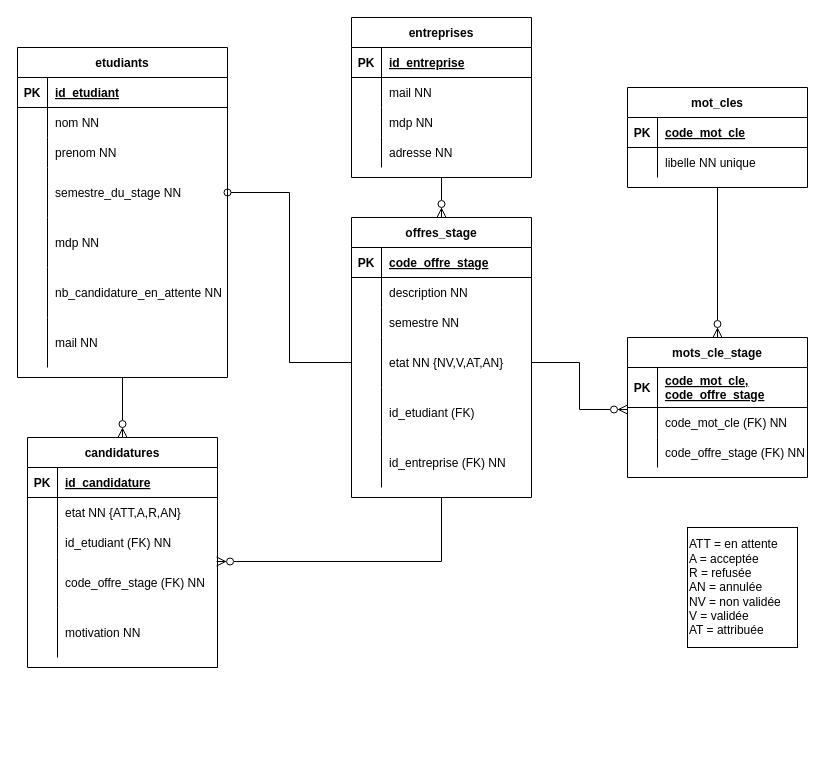
Earlier version of the draw.io diagram BD2_DSD.drawio (LucasLouies/BD2_Projet). Source tidied: cells renumbered, new cells numbered last; positions are measured from the earlier drawing's top-left corner, leaving out a move shared by most shapes. Both pictures are drawn from the tidied source at 100%, with x=0, y=0 at pixel (17, 17).
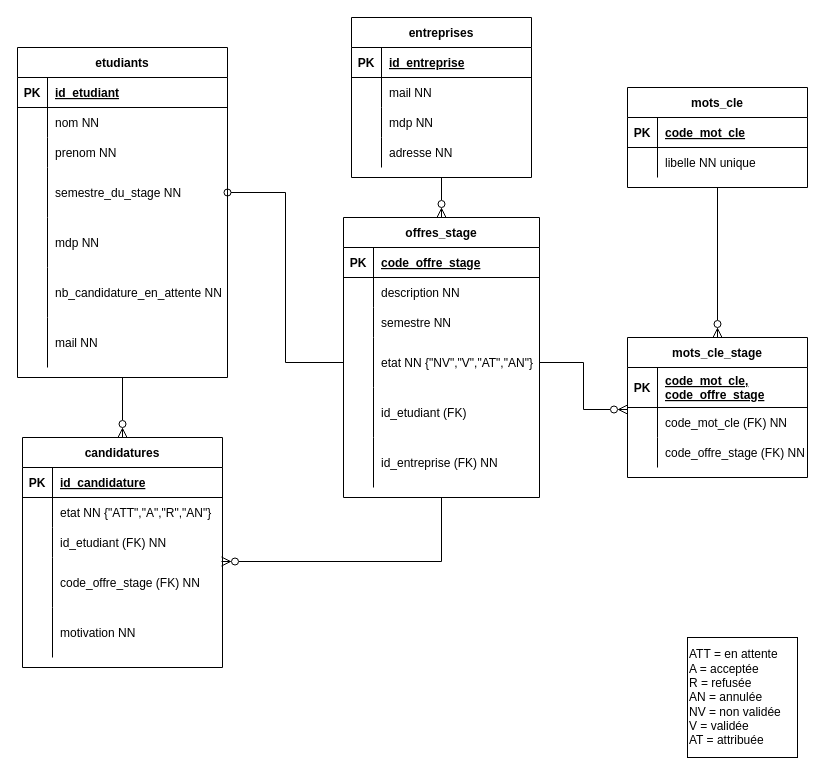
After the change.

Commit message (it also covers changes not shown here):
session 3 cours

Change to the diagram source:
```diff
@@
-    <mxCell id="17" value="mot_cles" style="shape=table;startSize=30;childLayout=tableLayout;rowLines=0;fontStyle=1;align=center;" parent="1" vertex="1">
+    <mxCell id="17" value="mots_cle" style="shape=table;startSize=30;childLayout=tableLayout;rowLines=0;fontStyle=1;align=center;" parent="1" vertex="1">
       <mxGeometry x="610" y="70" width="180" height="100" as="geometry" />
     </mxCell>
@@
     <mxCell id="26" value="offres_stage" style="shape=table;startSize=30;childLayout=tableLayout;rowLines=0;fontStyle=1;align=center;" parent="1" vertex="1">
-      <mxGeometry x="334" y="200" width="180" height="280" as="geometry" />
+      <mxGeometry x="326" y="200" width="196" height="280" as="geometry" />
     </mxCell>
     <mxCell id="27" style="shape=tableRow;horizontal=0;startSize=0;swimlaneHead=0;swimlaneBody=0;fillColor=none;top=0;left=0;right=0;bottom=1;" parent="26" vertex="1">
-      <mxGeometry y="30" width="180" height="30" as="geometry" />
+      <mxGeometry y="30" width="196" height="30" as="geometry" />
     </mxCell>
@@
     <mxCell id="29" value="code_offre_stage" style="shape=partialRectangle;fillColor=none;top=0;left=0;bottom=0;right=0;align=left;spacingLeft=6;fontStyle=5;overflow=hidden;" parent="27" vertex="1">
-      <mxGeometry x="30" width="150" height="30" as="geometry" />
+      <mxGeometry x="30" width="166" height="30" as="geometry" />
     </mxCell>
     <mxCell id="30" style="shape=tableRow;horizontal=0;startSize=0;swimlaneHead=0;swimlaneBody=0;fillColor=none;top=0;left=0;right=0;bottom=0;" parent="26" vertex="1">
-      <mxGeometry y="60" width="180" height="30" as="geometry" />
+      <mxGeometry y="60" width="196" height="30" as="geometry" />
     </mxCell>
@@
     <mxCell id="32" value="description NN" style="shape=partialRectangle;fillColor=none;top=0;left=0;bottom=0;right=0;align=left;spacingLeft=6;overflow=hidden;" parent="30" vertex="1">
-      <mxGeometry x="30" width="150" height="30" as="geometry" />
+      <mxGeometry x="30" width="166" height="30" as="geometry" />
     </mxCell>
     <mxCell id="33" style="shape=tableRow;horizontal=0;startSize=0;swimlaneHead=0;swimlaneBody=0;fillColor=none;top=0;left=0;right=0;bottom=0;" parent="26" vertex="1">
-      <mxGeometry y="90" width="180" height="30" as="geometry" />
+      <mxGeometry y="90" width="196" height="30" as="geometry" />
     </mxCell>
@@
     <mxCell id="35" value="semestre NN" style="shape=partialRectangle;fillColor=none;top=0;left=0;bottom=0;right=0;align=left;spacingLeft=6;overflow=hidden;" parent="33" vertex="1">
-      <mxGeometry x="30" width="150" height="30" as="geometry" />
+      <mxGeometry x="30" width="166" height="30" as="geometry" />
     </mxCell>
     <mxCell id="36" style="shape=tableRow;horizontal=0;startSize=0;swimlaneHead=0;swimlaneBody=0;fillColor=none;points=[[0,0.5],[1,0.5]];portConstraint=eastwest;top=0;left=0;right=0;bottom=0;" parent="26" vertex="1">
-      <mxGeometry y="120" width="180" height="50" as="geometry" />
+      <mxGeometry y="120" width="196" height="50" as="geometry" />
     </mxCell>
@@
-    <mxCell id="38" value="etat NN {NV,V,AT,AN}" style="shape=partialRectangle;fillColor=none;top=0;left=0;bottom=0;right=0;align=left;spacingLeft=6;overflow=hidden;" parent="36" vertex="1">
-      <mxGeometry x="30" width="150" height="50" as="geometry" />
+    <mxCell id="38" value="etat NN {&quot;NV&quot;,&quot;V&quot;,&quot;AT&quot;,&quot;AN&quot;}" style="shape=partialRectangle;fillColor=none;top=0;left=0;bottom=0;right=0;align=left;spacingLeft=6;overflow=hidden;" parent="36" vertex="1">
+      <mxGeometry x="30" width="166" height="50" as="geometry" />
     </mxCell>
     <mxCell id="39" style="shape=tableRow;horizontal=0;startSize=0;swimlaneHead=0;swimlaneBody=0;fillColor=none;top=0;left=0;right=0;bottom=0;" parent="26" vertex="1">
-      <mxGeometry y="170" width="180" height="50" as="geometry" />
+      <mxGeometry y="170" width="196" height="50" as="geometry" />
     </mxCell>
@@
     <mxCell id="41" value="id_etudiant (FK)" style="shape=partialRectangle;fillColor=none;top=0;left=0;bottom=0;right=0;align=left;spacingLeft=6;overflow=hidden;" parent="39" vertex="1">
-      <mxGeometry x="30" width="150" height="50" as="geometry" />
+      <mxGeometry x="30" width="166" height="50" as="geometry" />
     </mxCell>
     <mxCell id="42" style="shape=tableRow;horizontal=0;startSize=0;swimlaneHead=0;swimlaneBody=0;fillColor=none;top=0;left=0;right=0;bottom=0;" parent="26" vertex="1">
-      <mxGeometry y="220" width="180" height="50" as="geometry" />
+      <mxGeometry y="220" width="196" height="50" as="geometry" />
     </mxCell>
@@
     <mxCell id="44" value="id_entreprise (FK) NN" style="shape=partialRectangle;fillColor=none;top=0;left=0;bottom=0;right=0;align=left;spacingLeft=6;overflow=hidden;" parent="42" vertex="1">
-      <mxGeometry x="30" width="150" height="50" as="geometry" />
+      <mxGeometry x="30" width="166" height="50" as="geometry" />
     </mxCell>
@@
     <mxCell id="69" value="candidatures" style="shape=table;startSize=30;childLayout=tableLayout;rowLines=0;fontStyle=1;align=center;" parent="1" vertex="1">
-      <mxGeometry x="10" y="420" width="190" height="230" as="geometry" />
+      <mxGeometry x="5" y="420" width="200" height="230" as="geometry" />
     </mxCell>
     <mxCell id="70" style="shape=tableRow;horizontal=0;startSize=0;swimlaneHead=0;swimlaneBody=0;fillColor=none;top=0;left=0;right=0;bottom=1;" parent="69" vertex="1">
-      <mxGeometry y="30" width="190" height="30" as="geometry" />
+      <mxGeometry y="30" width="200" height="30" as="geometry" />
     </mxCell>
@@
     <mxCell id="72" value="id_candidature" style="shape=partialRectangle;fillColor=none;top=0;left=0;bottom=0;right=0;align=left;spacingLeft=6;fontStyle=5;overflow=hidden;" parent="70" vertex="1">
-      <mxGeometry x="30" width="160" height="30" as="geometry" />
+      <mxGeometry x="30" width="170" height="30" as="geometry" />
     </mxCell>
     <mxCell id="73" style="shape=tableRow;horizontal=0;startSize=0;swimlaneHead=0;swimlaneBody=0;fillColor=none;top=0;left=0;right=0;bottom=0;" parent="69" vertex="1">
-      <mxGeometry y="60" width="190" height="30" as="geometry" />
+      <mxGeometry y="60" width="200" height="30" as="geometry" />
     </mxCell>
@@
-    <mxCell id="75" value="etat NN {ATT,A,R,AN}" style="shape=partialRectangle;fillColor=none;top=0;left=0;bottom=0;right=0;align=left;spacingLeft=6;overflow=hidden;" parent="73" vertex="1">
-      <mxGeometry x="30" width="160" height="30" as="geometry" />
+    <mxCell id="75" value="etat NN {&quot;ATT&quot;,&quot;A&quot;,&quot;R&quot;,&quot;AN&quot;}" style="shape=partialRectangle;fillColor=none;top=0;left=0;bottom=0;right=0;align=left;spacingLeft=6;overflow=hidden;" parent="73" vertex="1">
+      <mxGeometry x="30" width="170" height="30" as="geometry" />
     </mxCell>
     <mxCell id="76" style="shape=tableRow;horizontal=0;startSize=0;swimlaneHead=0;swimlaneBody=0;fillColor=none;top=0;left=0;right=0;bottom=0;" parent="69" vertex="1">
-      <mxGeometry y="90" width="190" height="30" as="geometry" />
+      <mxGeometry y="90" width="200" height="30" as="geometry" />
     </mxCell>
@@
     <mxCell id="78" value="id_etudiant (FK) NN" style="shape=partialRectangle;fillColor=none;top=0;left=0;bottom=0;right=0;align=left;spacingLeft=6;overflow=hidden;" parent="76" vertex="1">
-      <mxGeometry x="30" width="160" height="30" as="geometry" />
+      <mxGeometry x="30" width="170" height="30" as="geometry" />
     </mxCell>
     <mxCell id="79" style="shape=tableRow;horizontal=0;startSize=0;swimlaneHead=0;swimlaneBody=0;fillColor=none;points=[[0,0.5],[1,0.5]];portConstraint=eastwest;top=0;left=0;right=0;bottom=0;" parent="69" vertex="1">
-      <mxGeometry y="120" width="190" height="50" as="geometry" />
+      <mxGeometry y="120" width="200" height="50" as="geometry" />
     </mxCell>
@@
     <mxCell id="81" value="code_offre_stage (FK) NN" style="shape=partialRectangle;fillColor=none;top=0;left=0;bottom=0;right=0;align=left;spacingLeft=6;overflow=hidden;" parent="79" vertex="1">
-      <mxGeometry x="30" width="160" height="50" as="geometry" />
+      <mxGeometry x="30" width="170" height="50" as="geometry" />
     </mxCell>
     <mxCell id="82" style="shape=tableRow;horizontal=0;startSize=0;swimlaneHead=0;swimlaneBody=0;fillColor=none;top=0;left=0;right=0;bottom=0;" parent="69" vertex="1">
-      <mxGeometry y="170" width="190" height="50" as="geometry" />
+      <mxGeometry y="170" width="200" height="50" as="geometry" />
     </mxCell>
@@
     <mxCell id="84" value="motivation NN" style="shape=partialRectangle;fillColor=none;top=0;left=0;bottom=0;right=0;align=left;spacingLeft=6;overflow=hidden;" parent="82" vertex="1">
-      <mxGeometry x="30" width="160" height="50" as="geometry" />
+      <mxGeometry x="30" width="170" height="50" as="geometry" />
     </mxCell>
@@
     <mxCell id="95" value="ATT = en attente&lt;br&gt;A = acceptée&lt;br&gt;R = refusée&lt;br&gt;AN = annulée&lt;br&gt;NV = non validée&lt;br&gt;V = validée&lt;br&gt;AT = attribuée" style="rounded=0;whiteSpace=wrap;html=1;align=left;" parent="1" vertex="1">
-      <mxGeometry x="670" y="510" width="110" height="120" as="geometry" />
+      <mxGeometry x="670" y="620" width="110" height="120" as="geometry" />
     </mxCell>
```
